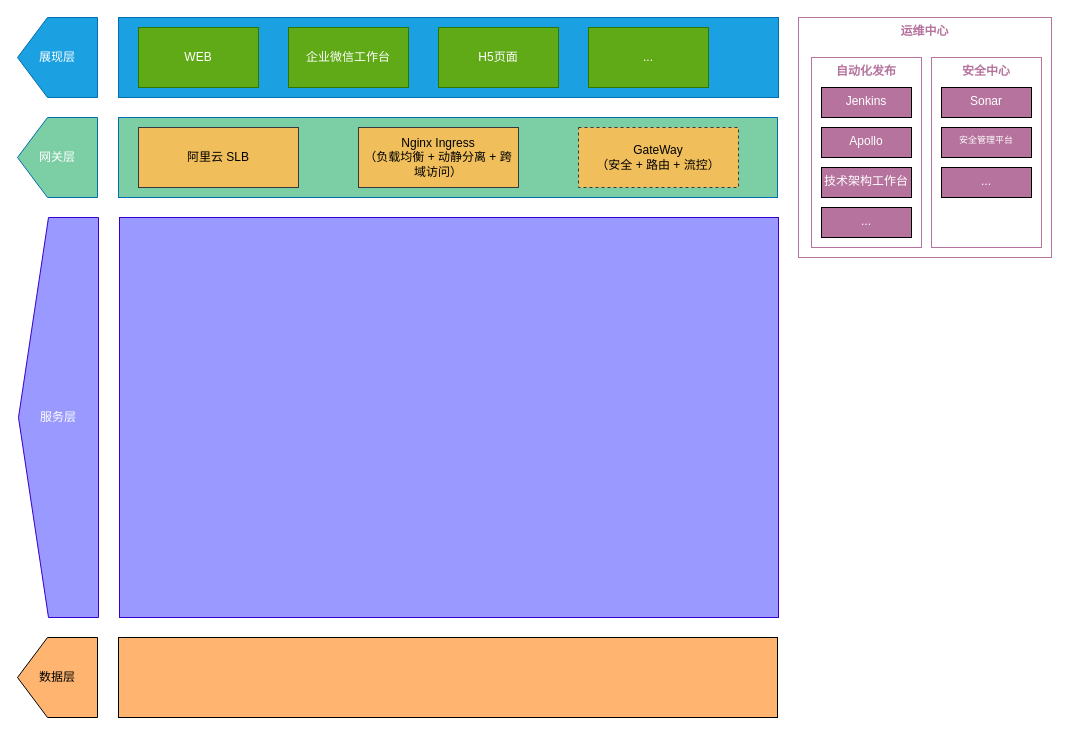
This is smart-salart-biz-arch-0.0.1.drawio from rexlin600/diagrams, a draw.io file, before an edit. Source tidied: cells renumbered, new cells numbered last; positions are measured from the earlier drawing's top-left corner, leaving out a move shared by most shapes. Both pictures are drawn from the tidied source at 100%, with x=0, y=0 at pixel (17, 17).
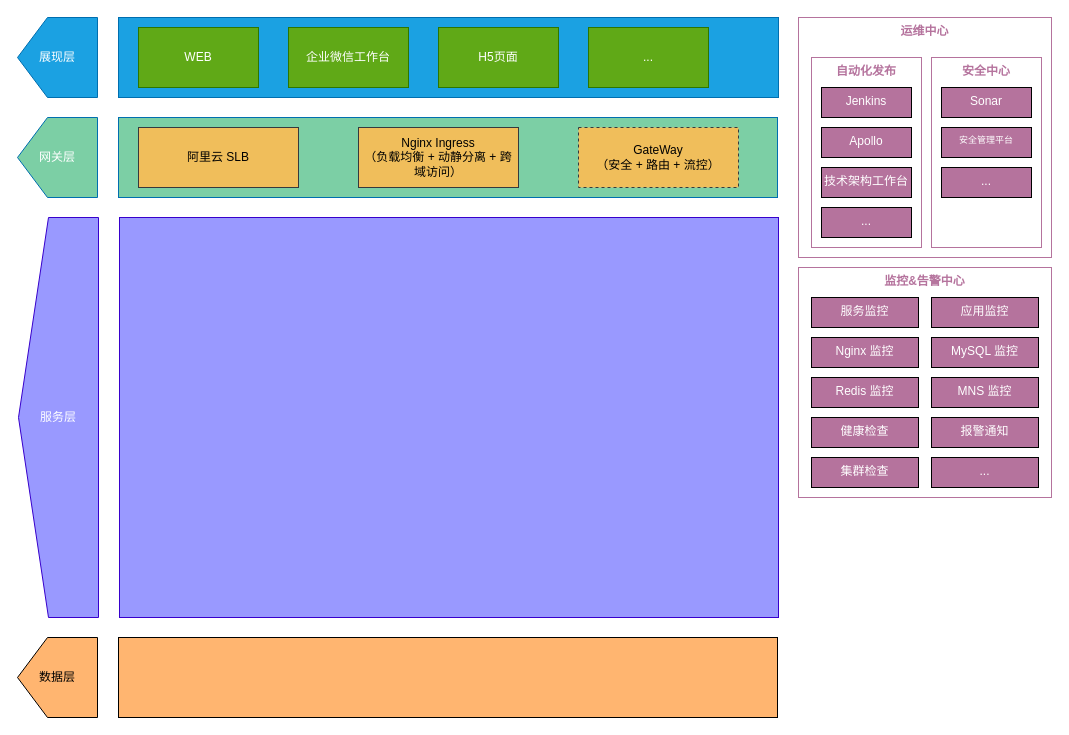
The same diagram, later.

Diff of the diagram source:
```diff
@@
+    <mxCell id="27" value="监控&amp;amp;告警中心" style="rounded=0;whiteSpace=wrap;html=1;align=center;verticalAlign=top;direction=south;strokeColor=#B5739D;fontColor=#B5739D;fontStyle=1;" parent="1" vertex="1">
+      <mxGeometry x="781" y="250" width="253" height="230" as="geometry" />
+    </mxCell>
+    <mxCell id="28" value="服务监控" style="rounded=0;whiteSpace=wrap;html=1;fillColor=#B5739D;align=center;verticalAlign=top;fontColor=#FFFFFF;" parent="1" vertex="1">
+      <mxGeometry x="794" y="280" width="107" height="30" as="geometry" />
+    </mxCell>
+    <mxCell id="29" value="应用监控" style="rounded=0;whiteSpace=wrap;html=1;fillColor=#B5739D;align=center;verticalAlign=top;fontColor=#FFFFFF;" parent="1" vertex="1">
+      <mxGeometry x="914" y="280" width="107" height="30" as="geometry" />
+    </mxCell>
+    <mxCell id="30" value="Nginx 监控" style="rounded=0;whiteSpace=wrap;html=1;fillColor=#B5739D;align=center;verticalAlign=top;fontColor=#FFFFFF;" parent="1" vertex="1">
+      <mxGeometry x="794" y="320" width="107" height="30" as="geometry" />
+    </mxCell>
+    <mxCell id="31" value="MySQL 监控" style="rounded=0;whiteSpace=wrap;html=1;fillColor=#B5739D;align=center;verticalAlign=top;fontColor=#FFFFFF;" parent="1" vertex="1">
+      <mxGeometry x="914" y="320" width="107" height="30" as="geometry" />
+    </mxCell>
+    <mxCell id="32" value="Redis 监控" style="rounded=0;whiteSpace=wrap;html=1;fillColor=#B5739D;align=center;verticalAlign=top;fontColor=#FFFFFF;" parent="1" vertex="1">
+      <mxGeometry x="794" y="360" width="107" height="30" as="geometry" />
+    </mxCell>
+    <mxCell id="33" value="MNS 监控" style="rounded=0;whiteSpace=wrap;html=1;fillColor=#B5739D;align=center;verticalAlign=top;fontColor=#FFFFFF;" parent="1" vertex="1">
+      <mxGeometry x="914" y="360" width="107" height="30" as="geometry" />
+    </mxCell>
+    <mxCell id="34" value="健康检查" style="rounded=0;whiteSpace=wrap;html=1;fillColor=#B5739D;align=center;verticalAlign=top;fontColor=#FFFFFF;" parent="1" vertex="1">
+      <mxGeometry x="794" y="400" width="107" height="30" as="geometry" />
+    </mxCell>
+    <mxCell id="35" value="报警通知" style="rounded=0;whiteSpace=wrap;html=1;fillColor=#B5739D;align=center;verticalAlign=top;fontColor=#FFFFFF;" parent="1" vertex="1">
+      <mxGeometry x="914" y="400" width="107" height="30" as="geometry" />
+    </mxCell>
+    <mxCell id="36" value="集群检查" style="rounded=0;whiteSpace=wrap;html=1;fillColor=#B5739D;align=center;verticalAlign=top;fontColor=#FFFFFF;" parent="1" vertex="1">
+      <mxGeometry x="794" y="440" width="107" height="30" as="geometry" />
+    </mxCell>
+    <mxCell id="37" value="..." style="rounded=0;whiteSpace=wrap;html=1;fillColor=#B5739D;align=center;verticalAlign=top;fontColor=#FFFFFF;" parent="1" vertex="1">
+      <mxGeometry x="914" y="440" width="107" height="30" as="geometry" />
+    </mxCell>
```
